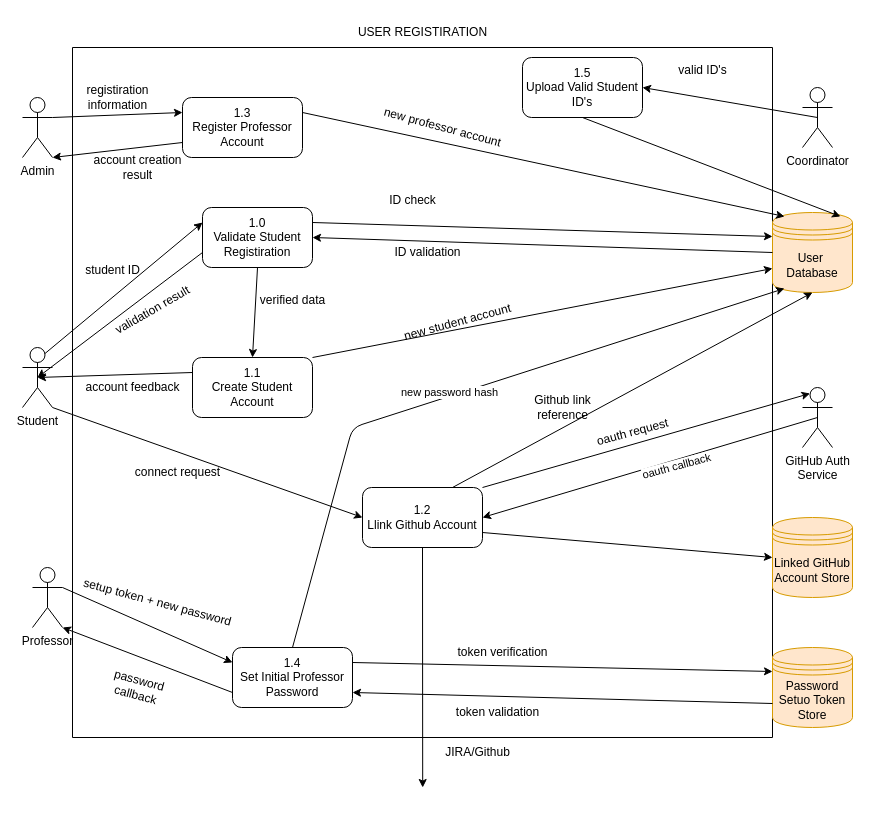
Above: docs/dfd_user_registiration.drawio in SE3318-Spring-2025-2026/senior-app-1 (draw.io), before the change. Source tidied: cells renumbered, new cells numbered last; positions are measured from the earlier drawing's top-left corner, leaving out a move shared by most shapes. Both pictures are drawn from the tidied source at 100%, with x=0, y=0 at pixel (22, 17).
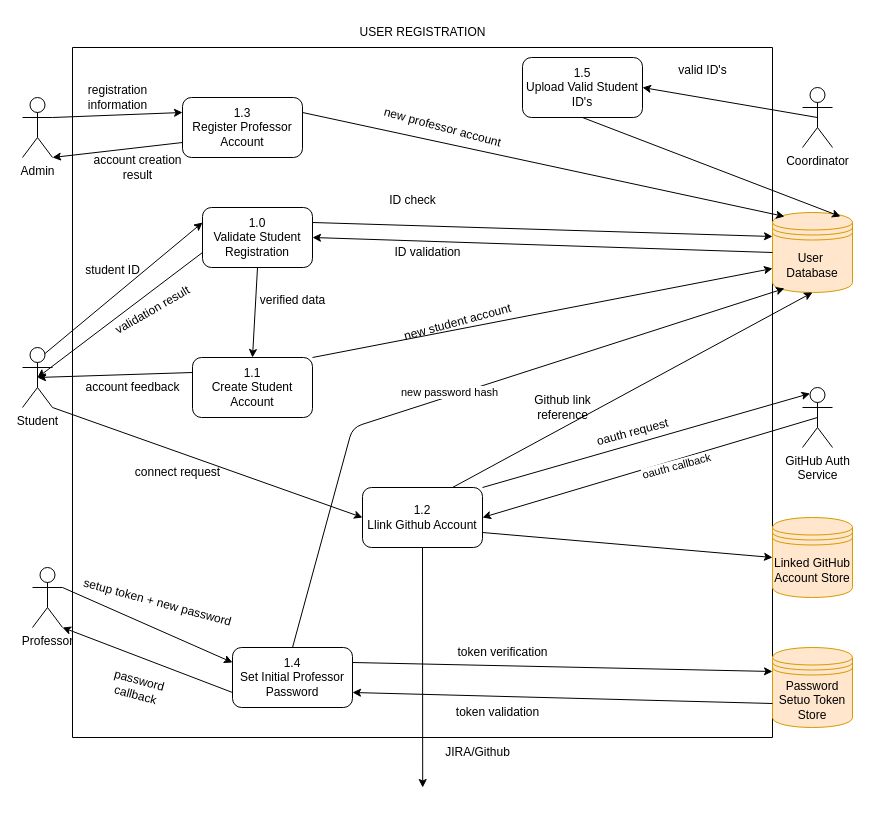
The same diagram, later.

Commit message (it also covers changes not shown here):
Refine DFD diagrams: correct registration terminology, update process labels, and enhance data flow details for user registration and senior project context/overview

The change refers to these unchanged cells:
```xml
<mxCell id="14" style="swimlane;startSize=0;" parent="1" vertex="1">
  <mxGeometry x="50" y="30" width="700" height="690" as="geometry" />
</mxCell>
```

Diff of the diagram source:
```diff
@@
-    <mxCell id="16" value="1.0&lt;div&gt;Validate Student Registiration&lt;/div&gt;" style="rounded=1;whiteSpace=wrap;html=1;" parent="14" vertex="1">
+    <mxCell id="16" value="1.0&lt;div&gt;Validate Student Registration&lt;/div&gt;" style="rounded=1;whiteSpace=wrap;html=1;" parent="14" vertex="1">
       <mxGeometry x="130" y="160" width="110" height="60" as="geometry" />
     </mxCell>
@@
-    <mxCell id="29" value="registiration&lt;div&gt;information&lt;/div&gt;" style="text;html=1;align=center;verticalAlign=middle;strokeColor=none;fillColor=none;" parent="14" vertex="1">
+    <mxCell id="29" value="registration&lt;div&gt;information&lt;/div&gt;" style="text;html=1;align=center;verticalAlign=middle;strokeColor=none;fillColor=none;" parent="14" vertex="1">
       <mxGeometry y="30" width="90" height="40" as="geometry" />
     </mxCell>
@@
-    <mxCell id="43" value="USER REGISTIRATION" style="text;html=1;align=center;verticalAlign=middle;strokeColor=none;fillColor=none;" parent="1" vertex="1">
+    <mxCell id="43" value="USER REGISTRATION" style="text;html=1;align=center;verticalAlign=middle;strokeColor=none;fillColor=none;" parent="1" vertex="1">
       <mxGeometry x="325" width="150" height="30" as="geometry" />
     </mxCell>
```
